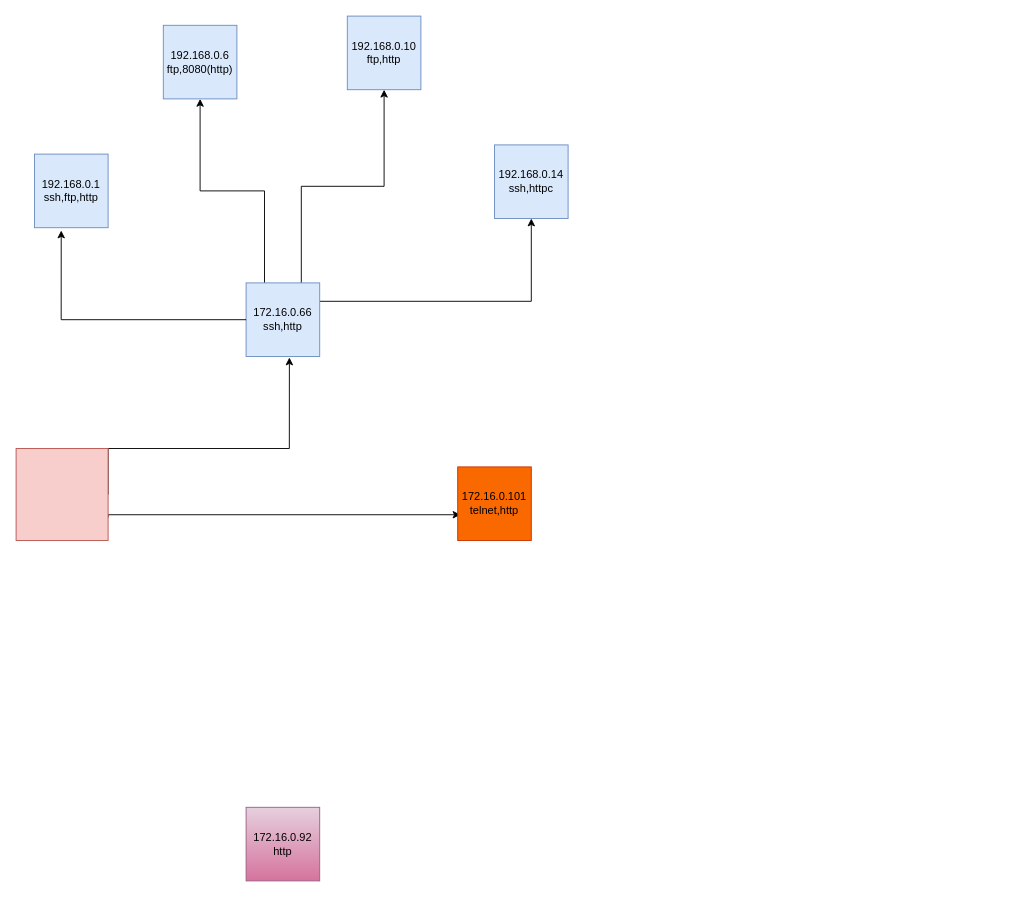
Above: Untitled Diagram.drawio in iiBlackPanda/Networking (draw.io), before the change. Source tidied: cells renumbered, new cells numbered last; positions are measured from the earlier drawing's top-left corner, leaving out a move shared by most shapes. Both pictures are drawn from the tidied source at 92%, with x=0, y=0 at pixel (16, 16).
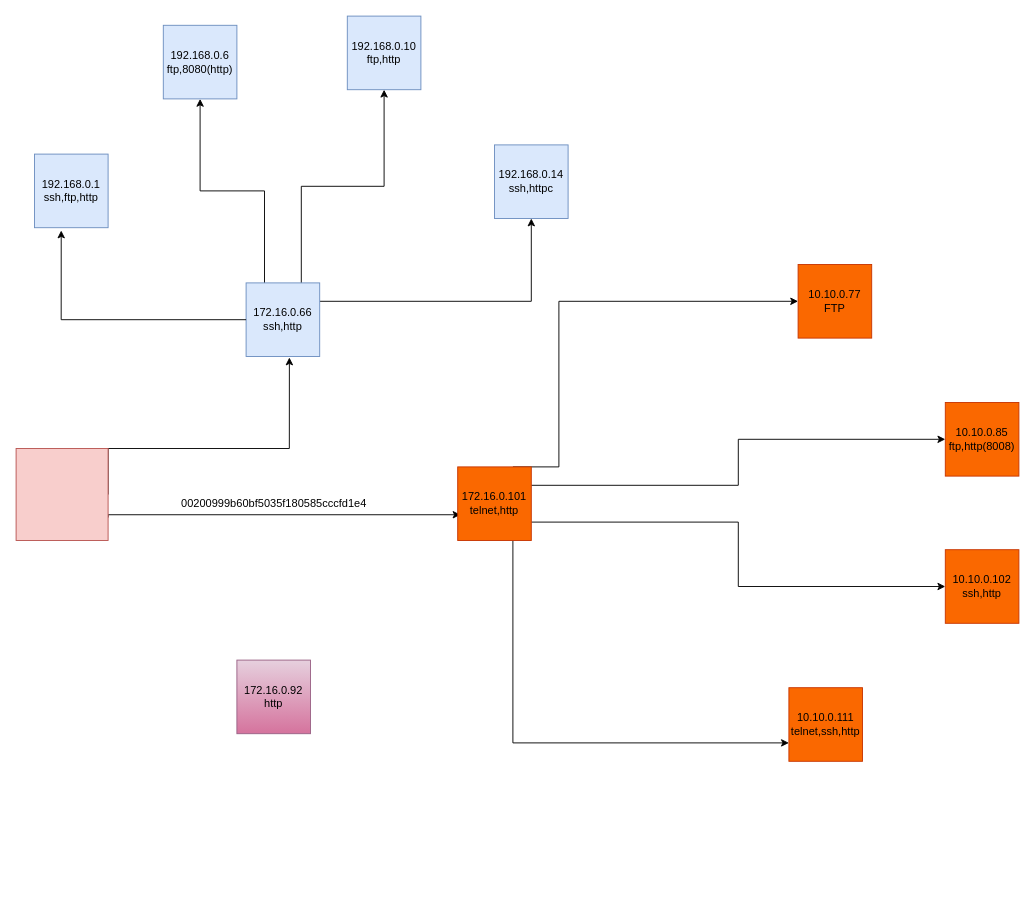
The same diagram, later.

Unchanged cells that the change refers to:
```xml
<mxCell id="14" value="172.16.0.101&lt;br&gt;telnet,http" style="whiteSpace=wrap;html=1;fillColor=#fa6800;fontColor=#000000;strokeColor=#C73500;" parent="1" vertex="1">
  <mxGeometry x="480" y="490" width="80" height="80" as="geometry" />
</mxCell>
```

Change to the diagram source:
```diff
@@
+    <mxCell id="16" style="edgeStyle=orthogonalEdgeStyle;rounded=0;jettySize=auto;html=1;exitX=0.75;exitY=0;exitDx=0;exitDy=0;entryX=0;entryY=0.5;entryDx=0;entryDy=0;" parent="1" edge="1" source="14" target="22">
+      <mxGeometry relative="1" as="geometry">
+        <Array as="points">
+          <mxPoint x="590" y="490" />
+          <mxPoint x="590" y="310" />
+        </Array>
+      </mxGeometry>
+    </mxCell>
+    <mxCell id="17" style="edgeStyle=orthogonalEdgeStyle;rounded=0;jettySize=auto;html=1;exitX=1;exitY=0.25;exitDx=0;exitDy=0;entryX=0;entryY=0.5;entryDx=0;entryDy=0;" parent="1" edge="1" source="14" target="21">
+      <mxGeometry relative="1" as="geometry" />
+    </mxCell>
+    <mxCell id="18" style="edgeStyle=orthogonalEdgeStyle;rounded=0;jettySize=auto;html=1;exitX=1;exitY=0.75;exitDx=0;exitDy=0;entryX=0;entryY=0.5;entryDx=0;entryDy=0;" parent="1" edge="1" source="14" target="24">
+      <mxGeometry relative="1" as="geometry" />
+    </mxCell>
+    <mxCell id="19" style="edgeStyle=orthogonalEdgeStyle;rounded=0;jettySize=auto;html=1;exitX=0.75;exitY=1;exitDx=0;exitDy=0;entryX=0;entryY=0.75;entryDx=0;entryDy=0;" parent="1" edge="1" source="14" target="23">
+      <mxGeometry relative="1" as="geometry" />
+    </mxCell>
@@
     <mxCell id="15" value="172.16.0.92&lt;br&gt;http" style="whiteSpace=wrap;html=1;fillColor=#e6d0de;strokeColor=#996185;gradientColor=#d5739d;" parent="1" vertex="1">
-      <mxGeometry x="250" y="860" width="80" height="80" as="geometry" />
+      <mxGeometry x="240" y="700" width="80" height="80" as="geometry" />
     </mxCell>
+    <mxCell id="20" value="00200999b60bf5035f180585cccfd1e4" style="text;html=1;align=center;verticalAlign=middle;strokeColor=none;fillColor=none;" parent="1" vertex="1">
+      <mxGeometry x="165" y="515" width="230" height="30" as="geometry" />
+    </mxCell>
+    <mxCell id="21" value="10.10.0.85&lt;br&gt;ftp,http(8008)" style="whiteSpace=wrap;html=1;fillColor=#fa6800;strokeColor=#C73500;fontColor=#000000;" parent="1" vertex="1">
+      <mxGeometry x="1010" y="420" width="80" height="80" as="geometry" />
+    </mxCell>
+    <mxCell id="22" value="10.10.0.77&lt;br&gt;FTP" style="whiteSpace=wrap;html=1;fillColor=#fa6800;strokeColor=#C73500;fontColor=#000000;" parent="1" vertex="1">
+      <mxGeometry x="850" y="270" width="80" height="80" as="geometry" />
+    </mxCell>
+    <mxCell id="23" value="10.10.0.111&lt;br&gt;telnet,ssh,http" style="whiteSpace=wrap;html=1;fillColor=#fa6800;strokeColor=#C73500;fontColor=#000000;" parent="1" vertex="1">
+      <mxGeometry x="840" y="730" width="80" height="80" as="geometry" />
+    </mxCell>
+    <mxCell id="24" value="&lt;div&gt;10.10.0.102&lt;/div&gt;&lt;div&gt;ssh,http&lt;br&gt;&lt;/div&gt;" style="whiteSpace=wrap;html=1;fillColor=#fa6800;strokeColor=#C73500;fontColor=#000000;" parent="1" vertex="1">
+      <mxGeometry x="1010" y="580" width="80" height="80" as="geometry" />
+    </mxCell>
```
